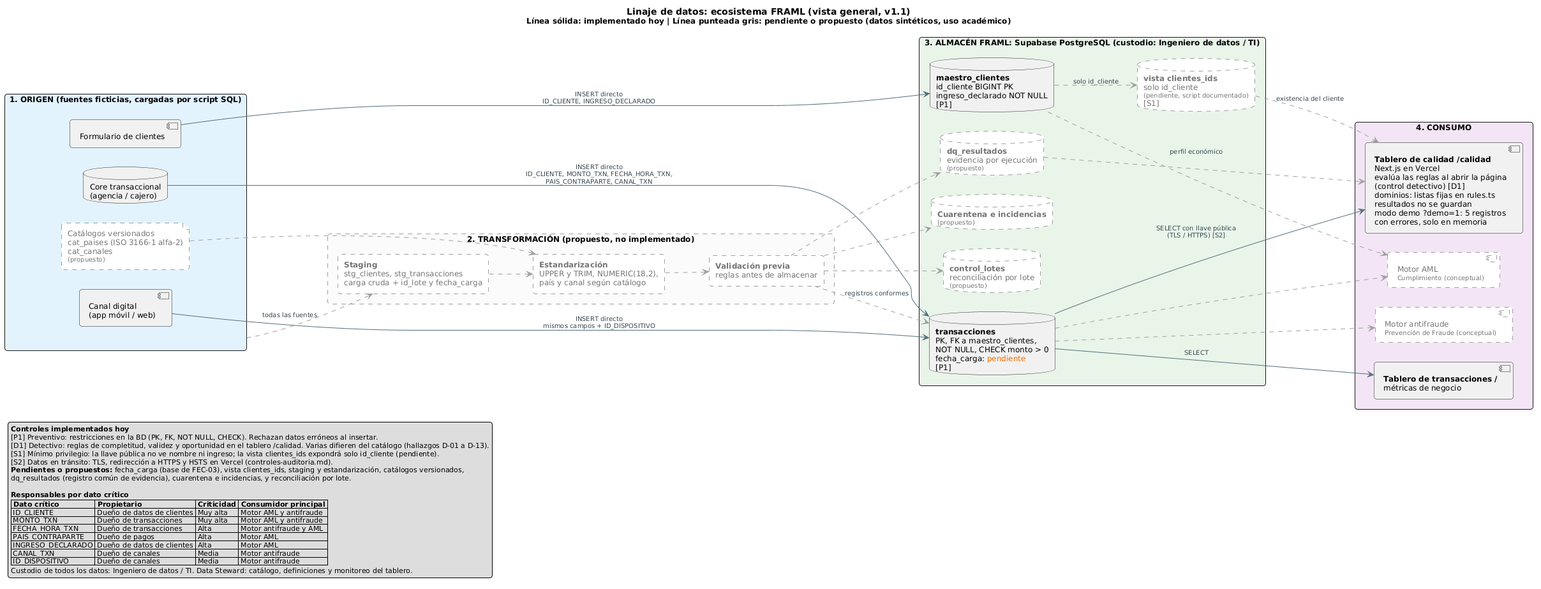
ccastellanosf-umg/Ecosistema_FRAML_Auditoria keeps this PlantUML diagram as data-lineage/linaje_datos.png. Above is the earlier version.
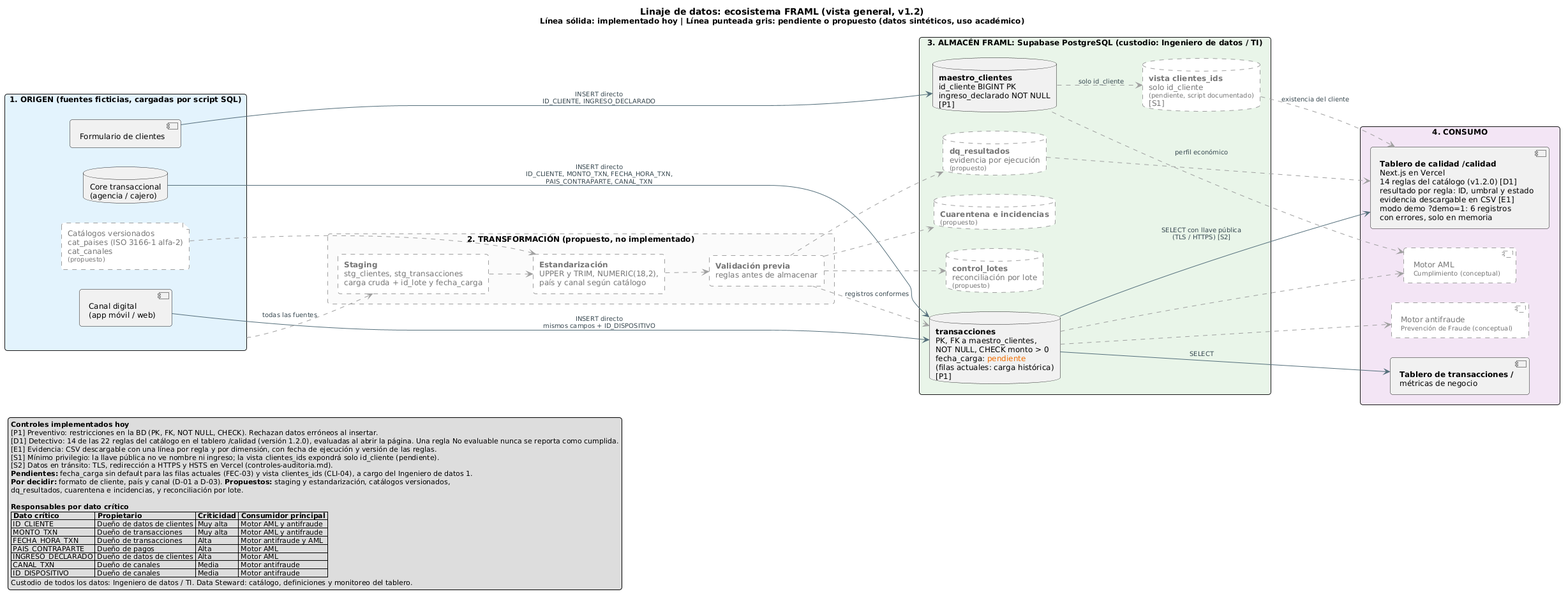
Above is the later version.

The edit, as a diff of the source:
```diff
@@ -1,6 +1,6 @@
 @startuml linaje_datos
 
-title Linaje de datos: ecosistema FRAML (vista general, v1.1)\n<size:12>Línea sólida: implementado hoy | Línea punteada gris: pendiente o propuesto (datos sintéticos, uso académico)</size>
+title Linaje de datos: ecosistema FRAML (vista general, v1.2)\n<size:12>Línea sólida: implementado hoy | Línea punteada gris: pendiente o propuesto (datos sintéticos, uso académico)</size>
 
 left to right direction
 skinparam shadowing false
@@ -30,7 +30,7 @@
 
 package "3. ALMACÉN FRAML: Supabase PostgreSQL (custodio: Ingeniero de datos / TI)" as P3 #E8F5E9 {
   database "**maestro_clientes**\nid_cliente BIGINT PK\ningreso_declarado NOT NULL\n[P1]" as MC
-  database "**transacciones**\nPK, FK a maestro_clientes,\nNOT NULL, CHECK monto > 0\nfecha_carga: <color:#EF6C00>pendiente</color>\n[P1]" as TX
+  database "**transacciones**\nPK, FK a maestro_clientes,\nNOT NULL, CHECK monto > 0\nfecha_carga: <color:#EF6C00>pendiente</color>\n(filas actuales: carga histórica)\n[P1]" as TX
   database "**vista clientes_ids**\nsolo id_cliente\n<size:10>(pendiente, script documentado)</size>\n[S1]" as VIEW #FFFFFF;line:9E9E9E;line.dashed;text:757575
   database "**dq_resultados**\nevidencia por ejecución\n<size:10>(propuesto)</size>" as DQR #FFFFFF;line:9E9E9E;line.dashed;text:757575
   database "**Cuarentena e incidencias**\n<size:10>(propuesto)</size>" as CUA #FFFFFF;line:9E9E9E;line.dashed;text:757575
@@ -38,7 +38,7 @@
 }
 
 package "4. CONSUMO" as P4 #F3E5F5 {
-  component "**Tablero de calidad /calidad**\nNext.js en Vercel\nevalúa las reglas al abrir la página\n(control detectivo) [D1]\ndominios: listas fijas en rules.ts\nresultados no se guardan\nmodo demo ?demo=1: 5 registros\ncon errores, solo en memoria" as TABC
+  component "**Tablero de calidad /calidad**\nNext.js en Vercel\n14 reglas del catálogo (v1.2.0) [D1]\nresultado por regla: ID, umbral y estado\nevidencia descargable en CSV [E1]\nmodo demo ?demo=1: 6 registros\ncon errores, solo en memoria" as TABC
   component "**Tablero de transacciones /**\nmétricas de negocio" as TABN
   component "Motor AML\n<size:10>Cumplimiento (conceptual)</size>" as AML #FFFFFF;line:9E9E9E;line.dashed;text:757575
   component "Motor antifraude\n<size:10>Prevención de Fraude (conceptual)</size>" as FRAUDE #FFFFFF;line:9E9E9E;line.dashed;text:757575
@@ -68,11 +68,13 @@
 legend bottom left
   **Controles implementados hoy**
   [P1] Preventivo: restricciones en la BD (PK, FK, NOT NULL, CHECK). Rechazan datos erróneos al insertar.
-  [D1] Detectivo: reglas de completitud, validez y oportunidad en el tablero /calidad. Varias difieren del catálogo (hallazgos D-01 a D-13).
+  [D1] Detectivo: 14 de las 22 reglas del catálogo en el tablero /calidad (versión 1.2.0), evaluadas al abrir la página. Una regla No evaluable nunca se reporta como cumplida.
+  [E1] Evidencia: CSV descargable con una línea por regla y por dimensión, con fecha de ejecución y versión de las reglas.
   [S1] Mínimo privilegio: la llave pública no ve nombre ni ingreso; la vista clientes_ids expondrá solo id_cliente (pendiente).
   [S2] Datos en tránsito: TLS, redirección a HTTPS y HSTS en Vercel (controles-auditoria.md).
-  **Pendientes o propuestos:** fecha_carga (base de FEC-03), vista clientes_ids, staging y estandarización, catálogos versionados,
-  dq_resultados (registro común de evidencia), cuarentena e incidencias, y reconciliación por lote.
+  **Pendientes:** fecha_carga sin default para las filas actuales (FEC-03) y vista clientes_ids (CLI-04), a cargo del Ingeniero de datos 1.
+  **Por decidir:** formato de cliente, país y canal (D-01 a D-03). **Propuestos:** staging y estandarización, catálogos versionados,
+  dq_resultados, cuarentena e incidencias, y reconciliación por lote.
 
   **Responsables por dato crítico**
   |= Dato crítico |= Propietario |= Criticidad |= Consumidor principal |
```
